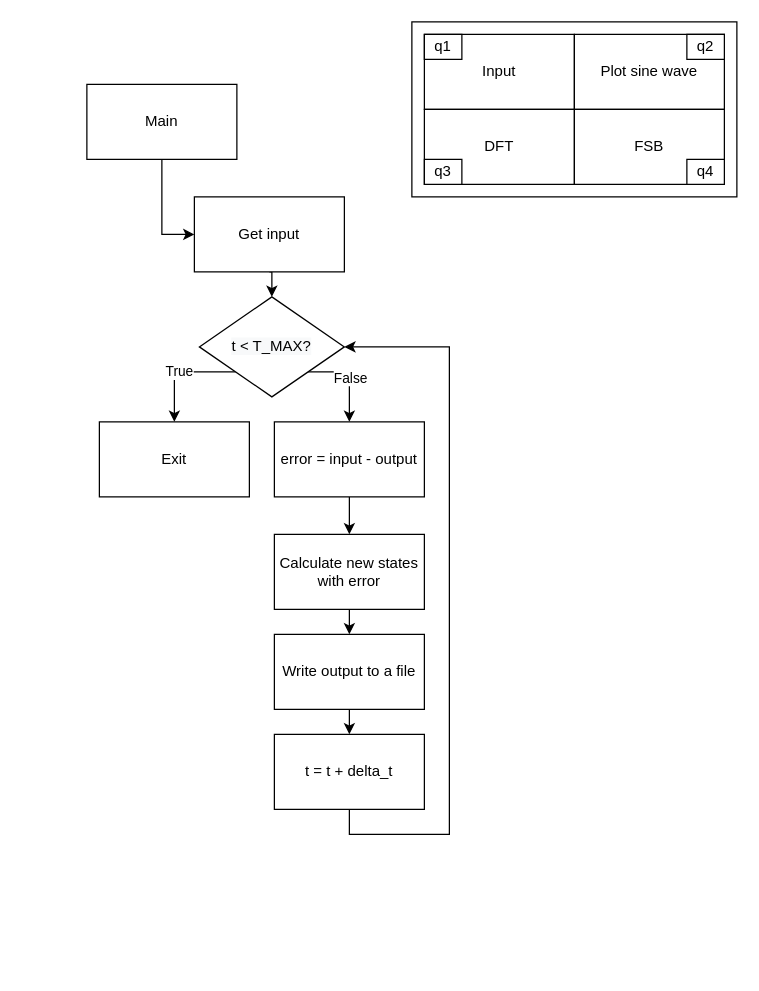
broyildiz/5LIU0_Project keeps this draw.io diagram as Report_Figures/FSB.drawio. Above is the earlier version. Source tidied: cells renumbered, new cells numbered last; positions are measured from the earlier drawing's top-left corner, leaving out a move shared by most shapes. Both pictures are drawn from the tidied source at 125%, with x=0, y=0 at pixel (86, 21).
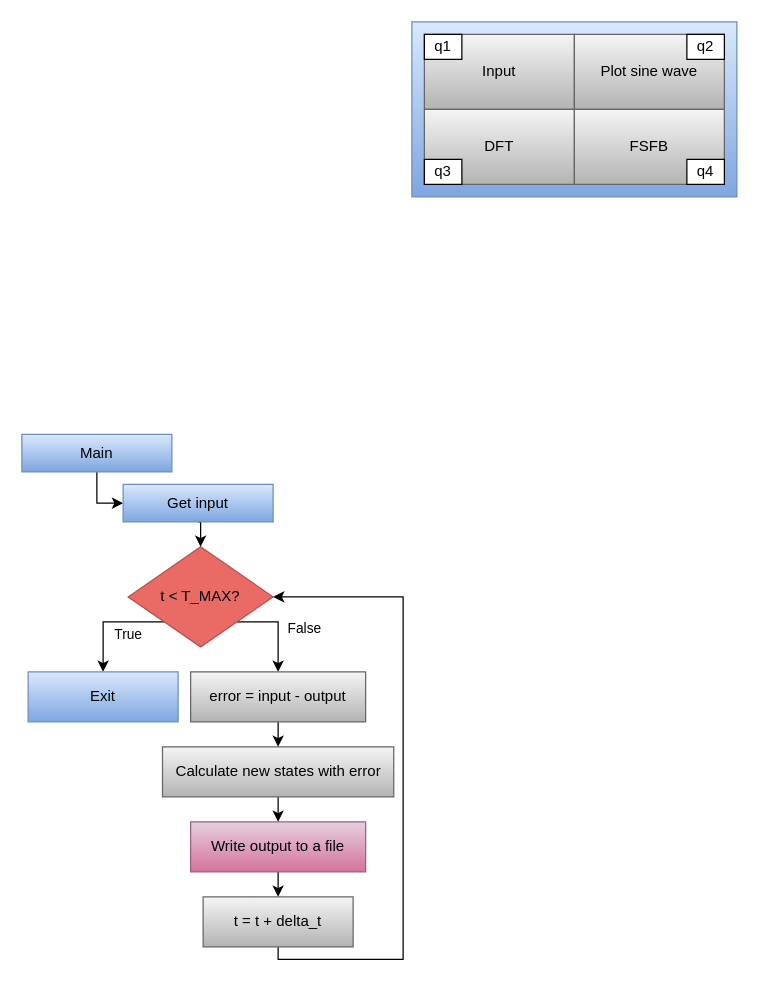
The same page after the edit.

Change to the diagram source:
```diff
@@
-    <mxCell id="2" style="rounded=0;whiteSpace=wrap;html=1;fillColor=none;" parent="1" vertex="1">
+    <mxCell id="2" style="rounded=0;whiteSpace=wrap;html=1;fillColor=#dae8fc;gradientColor=#7ea6e0;strokeColor=#6c8ebf;" parent="1" vertex="1">
       <mxGeometry x="260" width="260" height="140" as="geometry" />
     </mxCell>
     <mxCell id="3" style="edgeStyle=orthogonalEdgeStyle;rounded=0;jettySize=auto;html=1;exitX=0.5;exitY=1;exitDx=0;exitDy=0;entryX=0;entryY=0.5;entryDx=0;entryDy=0;" parent="1" edge="1" source="4" target="19">
-      <mxGeometry relative="1" as="geometry" />
+      <mxGeometry relative="1" as="geometry">
+        <Array as="points">
+          <mxPoint x="8" y="385" />
+        </Array>
+      </mxGeometry>
     </mxCell>
-    <mxCell id="4" value="Main" style="rounded=0;whiteSpace=wrap;html=1;" parent="1" vertex="1">
-      <mxGeometry y="50" width="120" height="60" as="geometry" />
+    <mxCell id="4" value="Main" style="rounded=0;whiteSpace=wrap;html=1;gradientColor=#7ea6e0;fillColor=#dae8fc;strokeColor=#6c8ebf;" parent="1" vertex="1">
+      <mxGeometry x="-52" y="330" width="120" height="30" as="geometry" />
     </mxCell>
     <mxCell id="5" style="edgeStyle=orthogonalEdgeStyle;rounded=0;jettySize=auto;html=1;exitX=1;exitY=1;exitDx=0;exitDy=0;entryX=0.5;entryY=0;entryDx=0;entryDy=0;" parent="1" edge="1" source="8" target="16">
       <mxGeometry relative="1" as="geometry">
         <Array as="points">
-          <mxPoint x="210" y="280" />
+          <mxPoint x="153" y="480" />
         </Array>
       </mxGeometry>
     </mxCell>
     <mxCell id="6" value="False" style="edgeLabel;html=1;align=center;verticalAlign=middle;" parent="5" vertex="1">
       <mxGeometry x="-0.12" y="-4" relative="1" as="geometry">
-        <mxPoint x="1" as="offset" />
+        <mxPoint x="21.3" as="offset" />
       </mxGeometry>
     </mxCell>
     <mxCell id="7" value="True" style="edgeStyle=orthogonalEdgeStyle;rounded=0;jettySize=auto;html=1;exitX=0;exitY=1;exitDx=0;exitDy=0;entryX=0.5;entryY=0;entryDx=0;entryDy=0;" parent="1" edge="1" source="8" target="17">
-      <mxGeometry relative="1" as="geometry">
+      <mxGeometry x="-0.35" y="10" relative="1" as="geometry">
         <Array as="points">
-          <mxPoint x="70" y="280" />
+          <mxPoint x="13" y="480" />
         </Array>
       </mxGeometry>
     </mxCell>
-    <mxCell id="8" value="&lt;span style=&quot;font-family: &amp;#34;helvetica&amp;#34; ; font-size: 12px ; font-style: normal ; font-weight: 400 ; letter-spacing: normal ; text-align: center ; text-indent: 0px ; text-transform: none ; word-spacing: 0px ; background-color: rgb(248 , 249 , 250) ; float: none ; display: inline&quot;&gt;t &amp;lt; T_MAX?&lt;/span&gt;" style="rhombus;whiteSpace=wrap;html=1;" parent="1" vertex="1">
-      <mxGeometry x="90" y="220" width="116" height="80" as="geometry" />
+    <mxCell id="8" value="&lt;span style=&quot;font-family: &amp;#34;helvetica&amp;#34; ; font-size: 12px ; font-style: normal ; font-weight: 400 ; letter-spacing: normal ; text-align: center ; text-indent: 0px ; text-transform: none ; word-spacing: 0px ; float: none ; display: inline ; background-color: rgb(234 , 107 , 102)&quot;&gt;t &amp;lt; T_MAX?&lt;/span&gt;" style="rhombus;whiteSpace=wrap;html=1;gradientColor=none;fillColor=#EA6B66;strokeColor=#b85450;" parent="1" vertex="1">
+      <mxGeometry x="33" y="420" width="116" height="80" as="geometry" />
     </mxCell>
     <mxCell id="9" style="edgeStyle=orthogonalEdgeStyle;rounded=0;jettySize=auto;html=1;exitX=0.5;exitY=1;exitDx=0;exitDy=0;entryX=1;entryY=0.5;entryDx=0;entryDy=0;" parent="1" edge="1" source="10" target="8">
       <mxGeometry relative="1" as="geometry">
         <Array as="points">
-          <mxPoint x="210" y="650" />
-          <mxPoint x="290" y="650" />
-          <mxPoint x="290" y="260" />
+          <mxPoint x="153" y="750" />
+          <mxPoint x="253" y="750" />
+          <mxPoint x="253" y="460" />
         </Array>
       </mxGeometry>
     </mxCell>
-    <mxCell id="10" value="t = t + delta_t" style="rounded=0;whiteSpace=wrap;html=1;" parent="1" vertex="1">
-      <mxGeometry x="150" y="570" width="120" height="60" as="geometry" />
+    <mxCell id="10" value="t = t + delta_t" style="rounded=0;whiteSpace=wrap;html=1;gradientColor=#b3b3b3;fillColor=#f5f5f5;strokeColor=#666666;" parent="1" vertex="1">
+      <mxGeometry x="93" y="700" width="120" height="40" as="geometry" />
     </mxCell>
@@
-    <mxCell id="12" value="Calculate new states with error" style="rounded=0;whiteSpace=wrap;html=1;" parent="1" vertex="1">
-      <mxGeometry x="150" y="410" width="120" height="60" as="geometry" />
+    <mxCell id="12" value="Calculate new states with error" style="rounded=0;whiteSpace=wrap;html=1;gradientColor=#b3b3b3;fillColor=#f5f5f5;strokeColor=#666666;" parent="1" vertex="1">
+      <mxGeometry x="60.5" y="580" width="185" height="40" as="geometry" />
     </mxCell>
@@
-    <mxCell id="14" value="Write output to a file" style="rounded=0;whiteSpace=wrap;html=1;" parent="1" vertex="1">
-      <mxGeometry x="150" y="490" width="120" height="60" as="geometry" />
+    <mxCell id="14" value="Write output to a file" style="rounded=0;whiteSpace=wrap;html=1;gradientColor=#d5739d;fillColor=#e6d0de;strokeColor=#996185;" parent="1" vertex="1">
+      <mxGeometry x="83" y="640" width="140" height="40" as="geometry" />
     </mxCell>
@@
-    <mxCell id="16" value="error = input - output" style="rounded=0;whiteSpace=wrap;html=1;" parent="1" vertex="1">
-      <mxGeometry x="150" y="320" width="120" height="60" as="geometry" />
+    <mxCell id="16" value="error = input - output" style="rounded=0;whiteSpace=wrap;html=1;gradientColor=#b3b3b3;fillColor=#f5f5f5;strokeColor=#666666;" parent="1" vertex="1">
+      <mxGeometry x="83" y="520" width="140" height="40" as="geometry" />
     </mxCell>
-    <mxCell id="17" value="Exit" style="rounded=0;whiteSpace=wrap;html=1;" parent="1" vertex="1">
-      <mxGeometry x="10" y="320" width="120" height="60" as="geometry" />
+    <mxCell id="17" value="Exit" style="rounded=0;whiteSpace=wrap;html=1;gradientColor=#7ea6e0;fillColor=#dae8fc;strokeColor=#6c8ebf;" parent="1" vertex="1">
+      <mxGeometry x="-47" y="520" width="120" height="40" as="geometry" />
     </mxCell>
@@
-    <mxCell id="19" value="Get input" style="rounded=0;whiteSpace=wrap;html=1;" parent="1" vertex="1">
-      <mxGeometry x="86" y="140" width="120" height="60" as="geometry" />
+    <mxCell id="19" value="Get input" style="rounded=0;whiteSpace=wrap;html=1;gradientColor=#7ea6e0;fillColor=#dae8fc;strokeColor=#6c8ebf;" parent="1" vertex="1">
+      <mxGeometry x="29" y="370" width="120" height="30" as="geometry" />
     </mxCell>
-    <mxCell id="20" value="Input" style="rounded=0;whiteSpace=wrap;html=1;" parent="1" vertex="1">
+    <mxCell id="20" value="Input" style="rounded=0;whiteSpace=wrap;html=1;gradientColor=#b3b3b3;fillColor=#f5f5f5;strokeColor=#666666;" parent="1" vertex="1">
       <mxGeometry x="270" y="10" width="120" height="60" as="geometry" />
     </mxCell>
-    <mxCell id="21" value="Plot sine wave" style="rounded=0;whiteSpace=wrap;html=1;" parent="1" vertex="1">
+    <mxCell id="21" value="Plot sine wave" style="rounded=0;whiteSpace=wrap;html=1;gradientColor=#b3b3b3;fillColor=#f5f5f5;strokeColor=#666666;" parent="1" vertex="1">
       <mxGeometry x="390" y="10" width="120" height="60" as="geometry" />
     </mxCell>
-    <mxCell id="22" value="DFT" style="rounded=0;whiteSpace=wrap;html=1;" parent="1" vertex="1">
+    <mxCell id="22" value="DFT" style="rounded=0;whiteSpace=wrap;html=1;gradientColor=#b3b3b3;fillColor=#f5f5f5;strokeColor=#666666;" parent="1" vertex="1">
       <mxGeometry x="270" y="70" width="120" height="60" as="geometry" />
     </mxCell>
-    <mxCell id="23" value="FSB" style="rounded=0;whiteSpace=wrap;html=1;" parent="1" vertex="1">
+    <mxCell id="23" value="FSFB" style="rounded=0;whiteSpace=wrap;html=1;gradientColor=#b3b3b3;fillColor=#f5f5f5;strokeColor=#666666;" parent="1" vertex="1">
       <mxGeometry x="390" y="70" width="120" height="60" as="geometry" />
     </mxCell>
```
